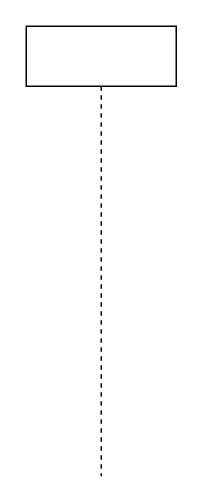
The draw.io diagram CallbackService.drawio in HousionQ/draw, before the edit. Source tidied: cells renumbered, new cells numbered last; positions are measured from the earlier drawing's top-left corner, leaving out a move shared by most shapes. Both pictures are drawn from the tidied source at 150%, with x=0, y=0 at pixel (26, 26).
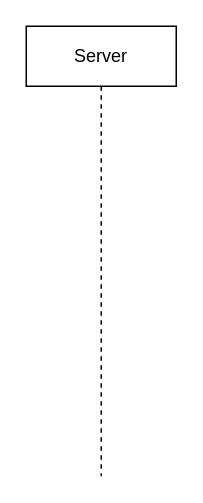
After the change.

What changed in the source:
```diff
@@
 <mxGraphModel>
   <root>
     <mxCell id="0" />
     <mxCell id="1" parent="0" />
-    <mxCell id="2" style="shape=umlLifeline;perimeter=lifelinePerimeter;whiteSpace=wrap;html=1;" parent="1" vertex="1">
+    <mxCell id="2" value="Server" style="shape=umlLifeline;perimeter=lifelinePerimeter;whiteSpace=wrap;html=1;" parent="1" vertex="1">
       <mxGeometry width="100" height="300" as="geometry" />
     </mxCell>
   </root>
 </mxGraphModel>
```
